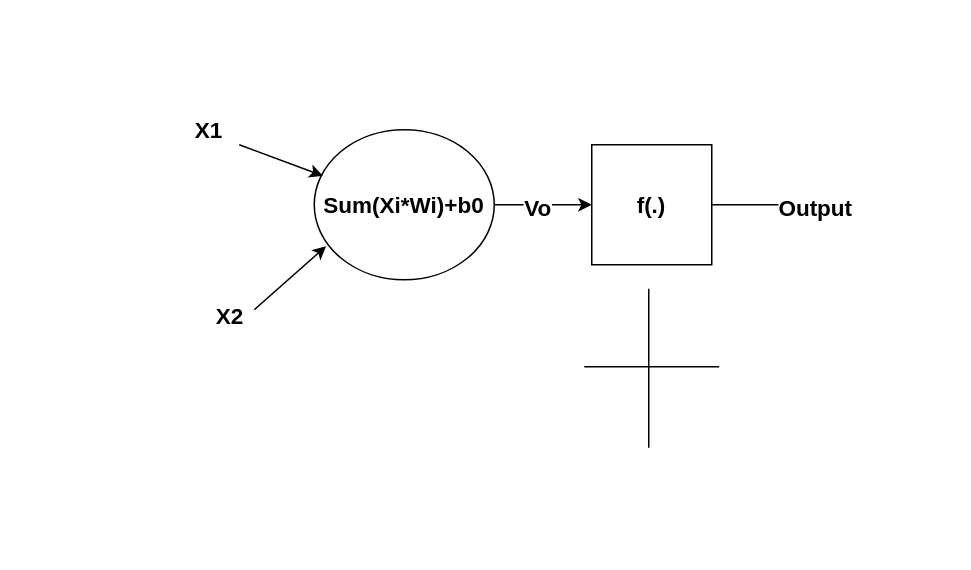
Before: utils/percepetron.drawio in salasouza/ann, a draw.io diagram. Source tidied: cells renumbered, new cells numbered last; positions are measured from the earlier drawing's top-left corner, leaving out a move shared by most shapes. Both pictures are drawn from the tidied source at 150%, with x=0, y=0 at pixel (178, 114).
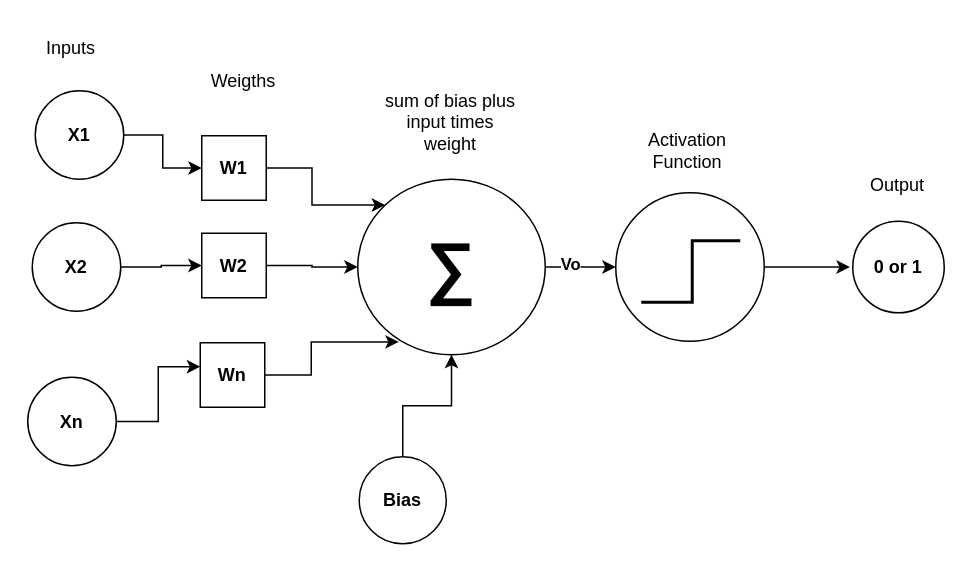
The same diagram, later.

Diff of the diagram source:
```diff
@@
-    <mxCell id="2" style="edgeStyle=orthogonalEdgeStyle;rounded=0;jettySize=auto;html=1;entryX=0;entryY=0.5;entryDx=0;entryDy=0;fontSize=15;fontStyle=1;" parent="1" edge="1" source="4" target="11">
-      <mxGeometry relative="1" as="geometry" />
-    </mxCell>
+    <mxCell id="14" style="endArrow=none;html=1;rounded=0;endFill=0;strokeWidth=2;fontStyle=1;" parent="1" edge="1">
+      <mxGeometry relative="1" as="geometry">
+        <mxPoint x="308" y="125" as="sourcePoint" />
+        <mxPoint x="374" y="84" as="targetPoint" />
+        <Array as="points">
+          <mxPoint x="342" y="125" />
+          <mxPoint x="342" y="84" />
+        </Array>
+      </mxGeometry>
+    </mxCell>
+    <mxCell id="15" style="edgeStyle=orthogonalEdgeStyle;rounded=0;jettySize=auto;html=1;entryX=0;entryY=0.5;entryDx=0;entryDy=0;fontStyle=1;" parent="1" edge="1" source="16" target="28">
+      <mxGeometry relative="1" as="geometry" />
+    </mxCell>
-    <mxCell id="3" value="Vo" style="edgeLabel;html=1;align=center;verticalAlign=middle;fontSize=15;fontStyle=1;" parent="2" vertex="1">
-      <mxGeometry x="-0.14" y="-1" relative="1" as="geometry" />
+    <mxCell id="3" value="Vo" style="edgeLabel;html=1;align=center;verticalAlign=middle;fontStyle=1;" parent="15" vertex="1">
+      <mxGeometry x="-0.31" y="2" relative="1" as="geometry" />
     </mxCell>
-    <mxCell id="4" value="Sum(Xi*Wi)+b0" style="ellipse;whiteSpace=wrap;html=1;fontSize=15;fontStyle=1;" parent="1" vertex="1">
-      <mxGeometry x="90" y="10" width="120" height="100" as="geometry" />
-    </mxCell>
-    <mxCell id="5" style="endArrow=classic;html=1;rounded=0;entryX=0.066;entryY=0.776;entryDx=0;entryDy=0;entryPerimeter=0;fontSize=15;fontStyle=1;" parent="1" edge="1" target="4">
-      <mxGeometry relative="1" as="geometry">
-        <mxPoint x="50" y="130" as="sourcePoint" />
-      </mxGeometry>
-    </mxCell>
-    <mxCell id="6" style="endArrow=classic;html=1;rounded=0;entryX=0.048;entryY=0.307;entryDx=0;entryDy=0;entryPerimeter=0;fontSize=15;fontStyle=1;" parent="1" edge="1" target="4">
-      <mxGeometry relative="1" as="geometry">
-        <mxPoint x="40" y="20" as="sourcePoint" />
-      </mxGeometry>
-    </mxCell>
+    <mxCell id="16" value="&lt;font size=&quot;1&quot; style=&quot;&quot;&gt;&lt;span style=&quot;font-size: 46px;&quot;&gt;∑&lt;/span&gt;&lt;/font&gt;" style="ellipse;whiteSpace=wrap;html=1;fontStyle=1;" parent="1" vertex="1">
+      <mxGeometry x="119" y="43" width="125" height="117" as="geometry" />
+    </mxCell>
+    <mxCell id="17" style="edgeStyle=orthogonalEdgeStyle;rounded=0;jettySize=auto;html=1;entryX=0;entryY=0.5;entryDx=0;entryDy=0;fontStyle=1;" parent="1" edge="1" source="7" target="22">
+      <mxGeometry relative="1" as="geometry" />
+    </mxCell>
-    <mxCell id="7" value="X1" style="text;html=1;strokeColor=none;fillColor=none;align=center;verticalAlign=middle;whiteSpace=wrap;rounded=0;fontSize=15;fontStyle=1;" parent="1" vertex="1">
-      <mxGeometry width="40" height="20" as="geometry" />
+    <mxCell id="7" value="X1" style="ellipse;whiteSpace=wrap;html=1;fontStyle=1;" parent="1" vertex="1">
+      <mxGeometry x="-96" y="-16" width="59" height="59" as="geometry" />
     </mxCell>
+    <mxCell id="18" style="edgeStyle=orthogonalEdgeStyle;rounded=0;jettySize=auto;html=1;entryX=0;entryY=0.5;entryDx=0;entryDy=0;fontStyle=1;" parent="1" edge="1" source="8" target="24">
+      <mxGeometry relative="1" as="geometry" />
+    </mxCell>
-    <mxCell id="8" value="X2" style="text;html=1;strokeColor=none;fillColor=none;align=center;verticalAlign=middle;whiteSpace=wrap;rounded=0;fontSize=15;fontStyle=1;" parent="1" vertex="1">
-      <mxGeometry x="14" y="124" width="40" height="20" as="geometry" />
+    <mxCell id="8" value="X2" style="ellipse;whiteSpace=wrap;html=1;fontStyle=1;" parent="1" vertex="1">
+      <mxGeometry x="-98" y="72" width="59" height="59" as="geometry" />
     </mxCell>
-    <mxCell id="9" style="edgeStyle=orthogonalEdgeStyle;rounded=0;jettySize=auto;html=1;fontSize=15;fontStyle=1;" parent="1" edge="1" source="11">
-      <mxGeometry relative="1" as="geometry">
-        <mxPoint x="422" y="60" as="targetPoint" />
-      </mxGeometry>
-    </mxCell>
+    <mxCell id="19" style="edgeStyle=orthogonalEdgeStyle;rounded=0;jettySize=auto;html=1;entryX=0.001;entryY=0.371;entryDx=0;entryDy=0;entryPerimeter=0;fontStyle=1;" parent="1" edge="1" source="20" target="26">
+      <mxGeometry relative="1" as="geometry" />
+    </mxCell>
+    <mxCell id="20" value="Xn" style="ellipse;whiteSpace=wrap;html=1;fontStyle=1;" parent="1" vertex="1">
+      <mxGeometry x="-101" y="175" width="59" height="59" as="geometry" />
+    </mxCell>
+    <mxCell id="21" style="edgeStyle=orthogonalEdgeStyle;rounded=0;jettySize=auto;html=1;entryX=0;entryY=0;entryDx=0;entryDy=0;fontStyle=1;" parent="1" edge="1" source="22" target="16">
+      <mxGeometry relative="1" as="geometry" />
+    </mxCell>
+    <mxCell id="22" value="W1" style="whiteSpace=wrap;html=1;fontStyle=1;" parent="1" vertex="1">
+      <mxGeometry x="15" y="14" width="43" height="43" as="geometry" />
+    </mxCell>
+    <mxCell id="23" style="edgeStyle=orthogonalEdgeStyle;rounded=0;jettySize=auto;html=1;entryX=0;entryY=0.5;entryDx=0;entryDy=0;fontStyle=1;" parent="1" edge="1" source="24" target="16">
+      <mxGeometry relative="1" as="geometry" />
+    </mxCell>
+    <mxCell id="24" value="W2" style="whiteSpace=wrap;html=1;fontStyle=1;" parent="1" vertex="1">
+      <mxGeometry x="15" y="79" width="43" height="43" as="geometry" />
+    </mxCell>
+    <mxCell id="25" style="edgeStyle=orthogonalEdgeStyle;rounded=0;jettySize=auto;html=1;entryX=0.219;entryY=0.927;entryDx=0;entryDy=0;entryPerimeter=0;fontStyle=1;" parent="1" edge="1" source="26" target="16">
+      <mxGeometry relative="1" as="geometry" />
+    </mxCell>
+    <mxCell id="26" value="Wn" style="whiteSpace=wrap;html=1;fontStyle=1;" parent="1" vertex="1">
+      <mxGeometry x="14" y="152" width="43" height="43" as="geometry" />
+    </mxCell>
+    <mxCell id="27" style="edgeStyle=orthogonalEdgeStyle;rounded=0;jettySize=auto;html=1;fontStyle=1;" parent="1" edge="1" source="28">
+      <mxGeometry relative="1" as="geometry">
+        <mxPoint x="447.1" y="101.5" as="targetPoint" />
+      </mxGeometry>
+    </mxCell>
+    <mxCell id="28" style="ellipse;whiteSpace=wrap;html=1;fillColor=none;fontStyle=1;" parent="1" vertex="1">
+      <mxGeometry x="291" y="52" width="99" height="99" as="geometry" />
+    </mxCell>
+    <mxCell id="29" value="0 or 1" style="ellipse;whiteSpace=wrap;html=1;fontStyle=1;" parent="1" vertex="1">
+      <mxGeometry x="449" y="71" width="61" height="61" as="geometry" />
+    </mxCell>
+    <mxCell id="30" value="Inputs" style="text;html=1;strokeColor=none;fillColor=none;align=center;verticalAlign=middle;whiteSpace=wrap;rounded=0;" parent="1" vertex="1">
+      <mxGeometry x="-102" y="-59" width="60" height="30" as="geometry" />
+    </mxCell>
+    <mxCell id="31" value="Weigths" style="text;html=1;strokeColor=none;fillColor=none;align=center;verticalAlign=middle;whiteSpace=wrap;rounded=0;" parent="1" vertex="1">
+      <mxGeometry x="13" y="-37" width="60" height="30" as="geometry" />
+    </mxCell>
+    <mxCell id="32" value="sum of bias plus input times weight" style="text;html=1;strokeColor=none;fillColor=none;align=center;verticalAlign=middle;whiteSpace=wrap;rounded=0;" parent="1" vertex="1">
+      <mxGeometry x="135" y="-28" width="92" height="66" as="geometry" />
+    </mxCell>
+    <mxCell id="33" value="Activation Function" style="text;html=1;strokeColor=none;fillColor=none;align=center;verticalAlign=middle;whiteSpace=wrap;rounded=0;" parent="1" vertex="1">
+      <mxGeometry x="309" y="9" width="60" height="30" as="geometry" />
+    </mxCell>
-    <mxCell id="10" value="Output" style="edgeLabel;html=1;align=center;verticalAlign=middle;fontSize=15;fontStyle=1;" parent="9" vertex="1">
-      <mxGeometry x="1" y="-2" relative="1" as="geometry">
-        <mxPoint x="1" as="offset" />
-      </mxGeometry>
+    <mxCell id="10" value="Output" style="text;html=1;strokeColor=none;fillColor=none;align=center;verticalAlign=middle;whiteSpace=wrap;rounded=0;" parent="1" vertex="1">
+      <mxGeometry x="449" y="32" width="60" height="30" as="geometry" />
     </mxCell>
-    <mxCell id="11" value="f(.)" style="whiteSpace=wrap;html=1;fontSize=15;fontStyle=1;" parent="1" vertex="1">
-      <mxGeometry x="275" y="20" width="80" height="80" as="geometry" />
-    </mxCell>
-    <mxCell id="12" style="endArrow=none;html=1;rounded=0;" parent="1" edge="1">
-      <mxGeometry relative="1" as="geometry">
-        <mxPoint x="313" y="222" as="sourcePoint" />
-        <mxPoint x="313" y="116" as="targetPoint" />
-      </mxGeometry>
-    </mxCell>
-    <mxCell id="13" style="endArrow=none;html=1;rounded=0;" parent="1" edge="1">
-      <mxGeometry relative="1" as="geometry">
-        <mxPoint x="360" y="168" as="sourcePoint" />
-        <mxPoint x="270" y="168" as="targetPoint" />
-      </mxGeometry>
-    </mxCell>
+    <mxCell id="34" style="edgeStyle=orthogonalEdgeStyle;rounded=0;jettySize=auto;html=1;entryX=0.5;entryY=1;entryDx=0;entryDy=0;" parent="1" edge="1" source="35" target="16">
+      <mxGeometry relative="1" as="geometry" />
+    </mxCell>
+    <mxCell id="35" value="Bias" style="ellipse;whiteSpace=wrap;html=1;fontStyle=1;" parent="1" vertex="1">
+      <mxGeometry x="120" y="228" width="58" height="58" as="geometry" />
+    </mxCell>
```
